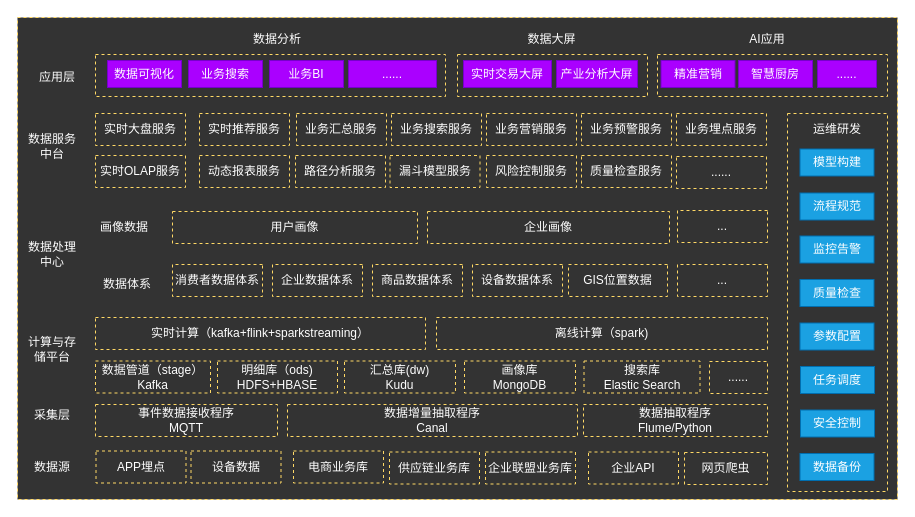
This is page "data-c" (5 of 5) of cgc/cgc-framework.drawio from kinvensan/drawio, a draw.io file, before an edit. Source tidied: cells renumbered, new cells numbered last; positions are measured from the earlier drawing's top-left corner, leaving out a move shared by most shapes. Both pictures are drawn from the tidied source at 100%, with x=0, y=0 at pixel (17, 17).
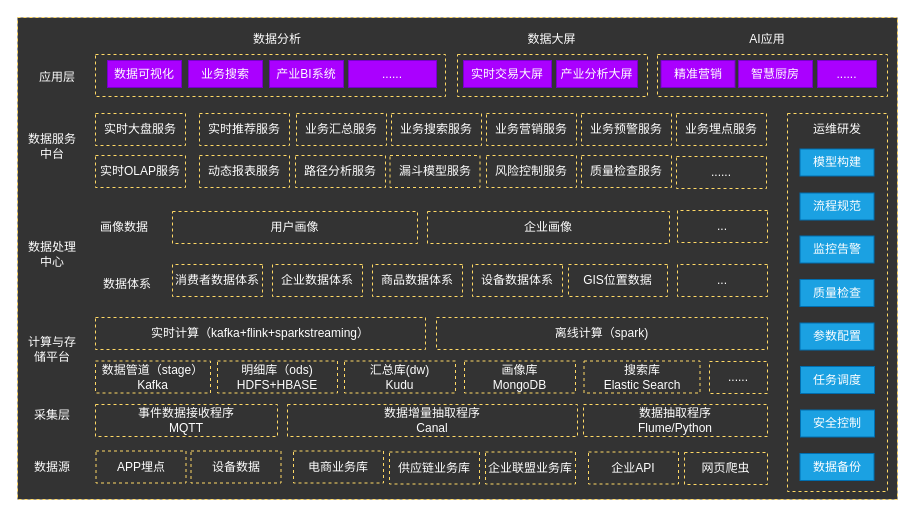
The same page after the edit.

The edit, as a diff of the source:
```diff
@@
-    <mxCell id="60" value="业务BI" style="rounded=0;whiteSpace=wrap;html=1;strokeColor=#7700CC;fillColor=#aa00ff;fontColor=#ffffff;" parent="1" vertex="1">
+    <mxCell id="60" value="产业BI系统" style="rounded=0;whiteSpace=wrap;html=1;strokeColor=#7700CC;fillColor=#aa00ff;fontColor=#ffffff;" parent="1" vertex="1">
       <mxGeometry x="252" y="43" width="74" height="27" as="geometry" />
     </mxCell>
```
